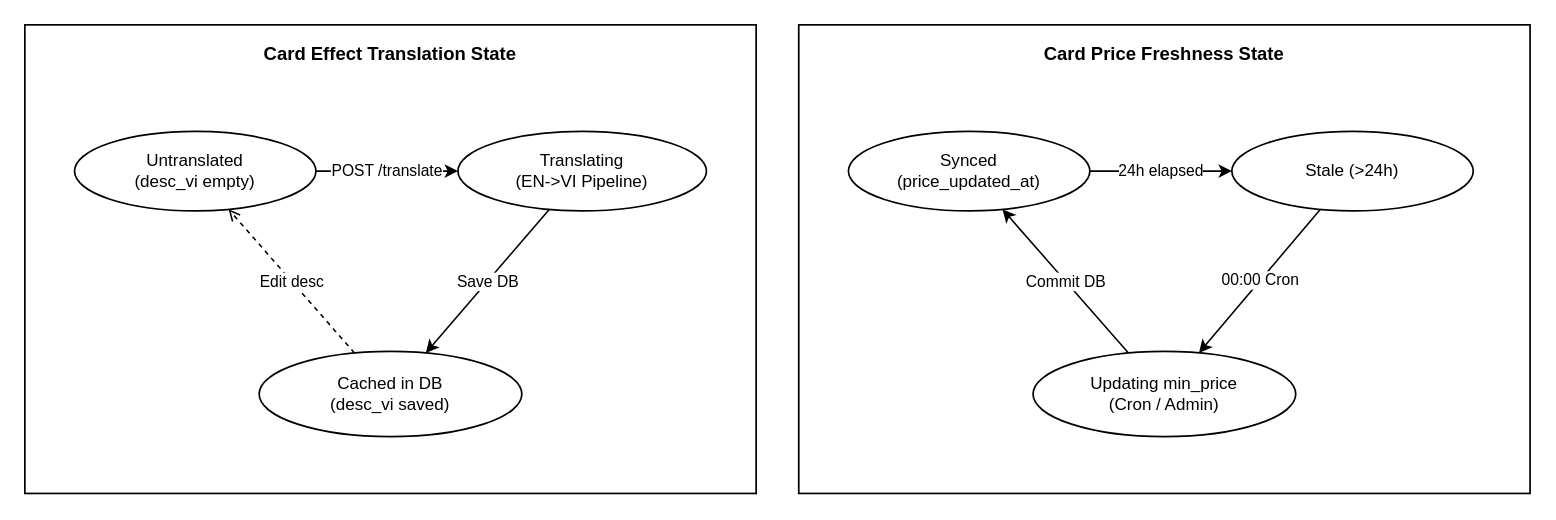
Before: Tai lieu/Draw.io/SDS_2_State_Transitions.drawio in minhthanh1806/PROJECT_SDN, a draw.io diagram. Source tidied: cells renumbered, new cells numbered last; positions are measured from the earlier drawing's top-left corner, leaving out a move shared by most shapes. Both pictures are drawn from the tidied source at 142%, with x=0, y=0 at pixel (24, 24).
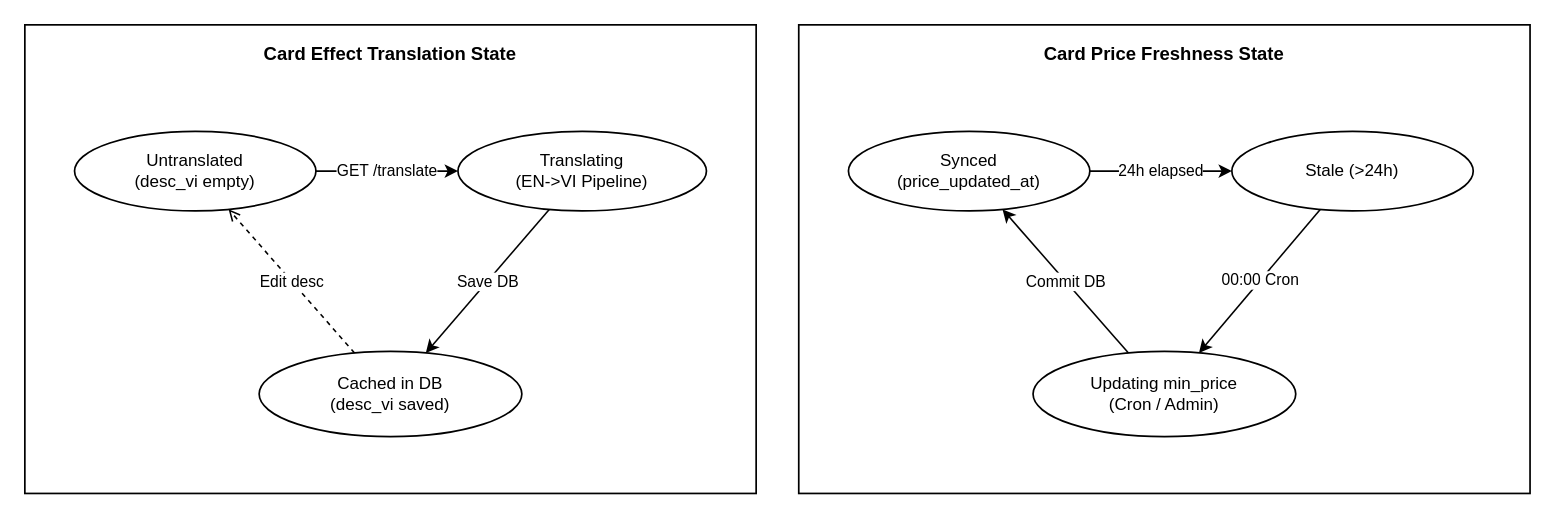
After the change.

The edit, as a diff of the source:
```diff
@@
 <mxGraphModel>
   <root>
     <mxCell id="0" />
     <mxCell id="1" parent="0" />
     <mxCell id="2" value="Card Effect Translation State" style="rounded=0;whiteSpace=wrap;html=1;fillColor=none;strokeColor=#000000;strokeWidth=1.2;verticalAlign=top;align=center;fontSize=13;fontStyle=1;fontColor=#000000;spacingTop=6;" parent="1" vertex="1">
       <mxGeometry width="515" height="330" as="geometry" />
     </mxCell>
     <mxCell id="3" value="Untranslated&lt;br&gt;(desc_vi empty)" style="ellipse;whiteSpace=wrap;html=1;fillColor=#ffffff;strokeColor=#000000;fontColor=#000000;fontSize=12;strokeWidth=1.2;" parent="1" vertex="1">
       <mxGeometry x="35" y="75" width="170" height="56" as="geometry" />
     </mxCell>
     <mxCell id="4" value="Translating&lt;br&gt;(EN-&gt;VI Pipeline)" style="ellipse;whiteSpace=wrap;html=1;fillColor=#ffffff;strokeColor=#000000;fontColor=#000000;fontSize=12;strokeWidth=1.2;" parent="1" vertex="1">
       <mxGeometry x="305" y="75" width="175" height="56" as="geometry" />
     </mxCell>
     <mxCell id="5" value="Cached in DB&lt;br&gt;(desc_vi saved)" style="ellipse;whiteSpace=wrap;html=1;fillColor=#ffffff;strokeColor=#000000;fontColor=#000000;fontSize=12;strokeWidth=1.2;" parent="1" vertex="1">
       <mxGeometry x="165" y="230" width="185" height="60" as="geometry" />
     </mxCell>
-    <mxCell id="6" value="POST /translate" style="rounded=0;html=1;endArrow=classic;endFill=1;strokeColor=#000000;fontColor=#000000;fontSize=11;labelBackgroundColor=#ffffff;strokeWidth=1.1;" parent="1" edge="1" source="3" target="4">
+    <mxCell id="6" value="GET /translate" style="rounded=0;html=1;endArrow=classic;endFill=1;strokeColor=#000000;fontColor=#000000;fontSize=11;labelBackgroundColor=#ffffff;strokeWidth=1.1;" parent="1" edge="1" source="3" target="4">
       <mxGeometry relative="1" as="geometry" />
     </mxCell>
     <mxCell id="7" value="Save DB" style="rounded=0;html=1;endArrow=classic;endFill=1;strokeColor=#000000;fontColor=#000000;fontSize=11;labelBackgroundColor=#ffffff;strokeWidth=1.1;" parent="1" edge="1" source="4" target="5">
       <mxGeometry relative="1" as="geometry" />
     </mxCell>
     <mxCell id="8" value="Edit desc" style="rounded=0;html=1;dashed=1;endArrow=open;endFill=0;strokeColor=#000000;fontColor=#000000;fontSize=11;labelBackgroundColor=#ffffff;strokeWidth=1.1;" parent="1" edge="1" source="5" target="3">
       <mxGeometry relative="1" as="geometry" />
     </mxCell>
     <mxCell id="9" value="Card Price Freshness State" style="rounded=0;whiteSpace=wrap;html=1;fillColor=none;strokeColor=#000000;strokeWidth=1.2;verticalAlign=top;align=center;fontSize=13;fontStyle=1;fontColor=#000000;spacingTop=6;" parent="1" vertex="1">
       <mxGeometry x="545" width="515" height="330" as="geometry" />
     </mxCell>
     <mxCell id="10" value="Synced&lt;br&gt;(price_updated_at)" style="ellipse;whiteSpace=wrap;html=1;fillColor=#ffffff;strokeColor=#000000;fontColor=#000000;fontSize=12;strokeWidth=1.2;" parent="1" vertex="1">
       <mxGeometry x="580" y="75" width="170" height="56" as="geometry" />
     </mxCell>
     <mxCell id="11" value="Stale (&gt;24h)" style="ellipse;whiteSpace=wrap;html=1;fillColor=#ffffff;strokeColor=#000000;fontColor=#000000;fontSize=12;strokeWidth=1.2;" parent="1" vertex="1">
       <mxGeometry x="850" y="75" width="170" height="56" as="geometry" />
     </mxCell>
     <mxCell id="12" value="Updating min_price&lt;br&gt;(Cron / Admin)" style="ellipse;whiteSpace=wrap;html=1;fillColor=#ffffff;strokeColor=#000000;fontColor=#000000;fontSize=12;strokeWidth=1.2;" parent="1" vertex="1">
       <mxGeometry x="710" y="230" width="185" height="60" as="geometry" />
     </mxCell>
     <mxCell id="13" value="24h elapsed" style="rounded=0;html=1;endArrow=classic;endFill=1;strokeColor=#000000;fontColor=#000000;fontSize=11;labelBackgroundColor=#ffffff;strokeWidth=1.1;" parent="1" edge="1" source="10" target="11">
       <mxGeometry relative="1" as="geometry" />
     </mxCell>
     <mxCell id="14" value="00:00 Cron" style="rounded=0;html=1;endArrow=classic;endFill=1;strokeColor=#000000;fontColor=#000000;fontSize=11;labelBackgroundColor=#ffffff;strokeWidth=1.1;" parent="1" edge="1" source="11" target="12">
       <mxGeometry relative="1" as="geometry" />
     </mxCell>
     <mxCell id="15" value="Commit DB" style="rounded=0;html=1;endArrow=classic;endFill=1;strokeColor=#000000;fontColor=#000000;fontSize=11;labelBackgroundColor=#ffffff;strokeWidth=1.1;" parent="1" edge="1" source="12" target="10">
       <mxGeometry relative="1" as="geometry" />
     </mxCell>
   </root>
 </mxGraphModel>
```
